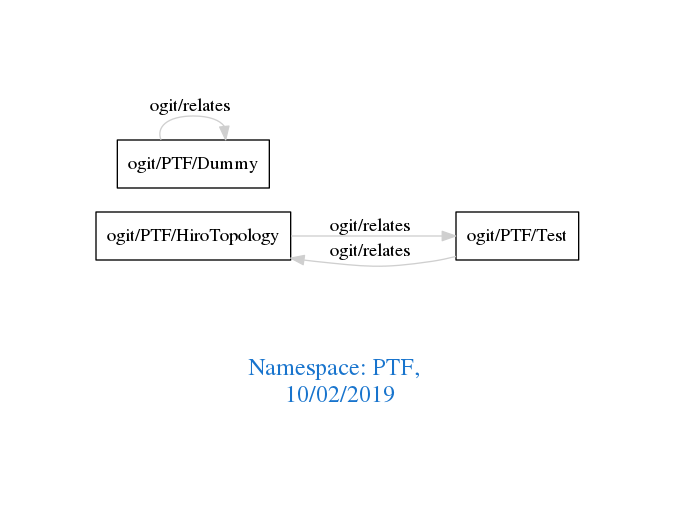
Earlier version of the Graphviz export downloads/PTF.png (arago/OGIT). Its source is kept beside it as downloads/PTF.dot.
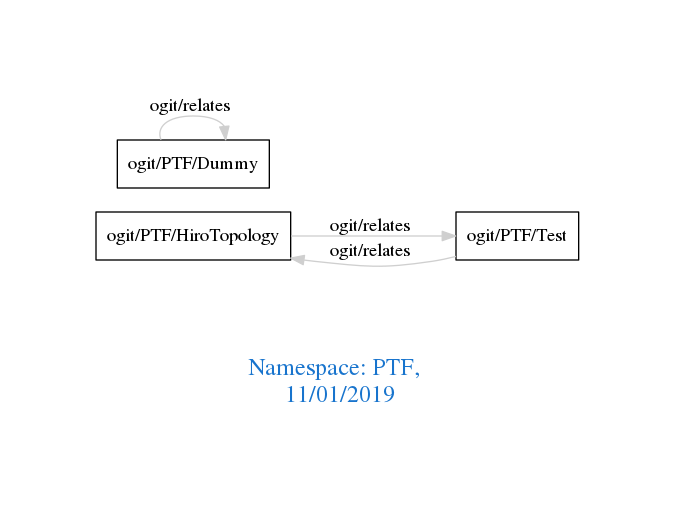
The same file after the commit.

Change to the diagram source:
```diff
@@ -1,7 +1,7 @@
 digraph OGIT_ontology {
  graph [ rankdir= LR,pad=1
 fontsize = 18,
-fontcolor= dodgerblue3,label = "\n\n\nNamespace: PTF, \n 10/02/2019"];
+fontcolor= dodgerblue3,label = "\n\n\nNamespace: PTF, \n 11/01/2019"];
 node[shape=polygon];
 edge [  color="gray81"];
 
```
